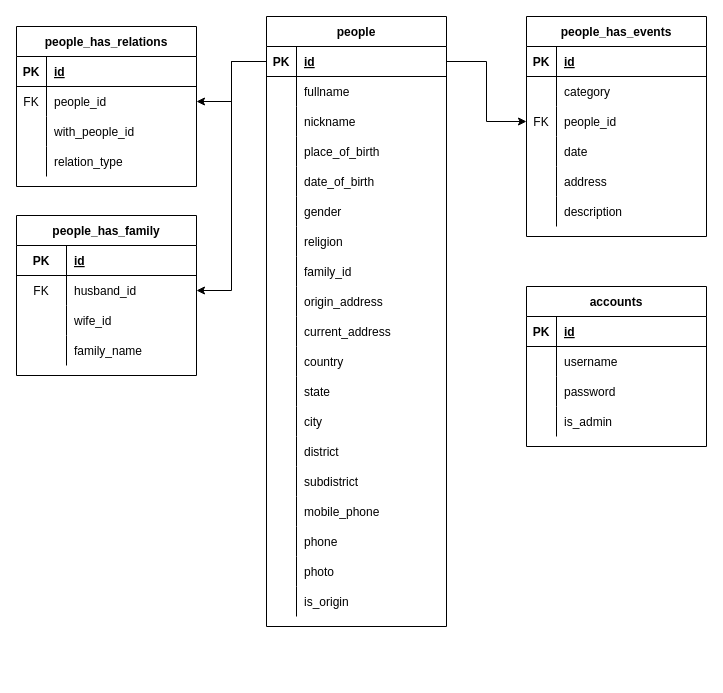
Above: doc/family-tree-tracker.drawio in ridwankustanto/family-tree-tracker (draw.io), before the change. Source tidied: cells renumbered, new cells numbered last; positions are measured from the earlier drawing's top-left corner, leaving out a move shared by most shapes. Both pictures are drawn from the tidied source at 100%, with x=0, y=0 at pixel (16, 16).
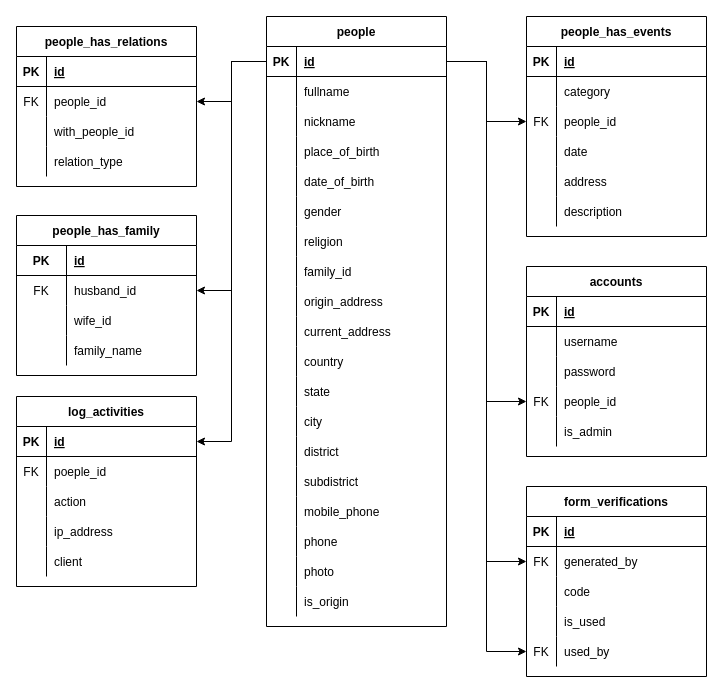
The same diagram, later.

Commit message (it also covers changes not shown here):
✅ update models and erd doc

The change refers to these unchanged cells:
```xml
<mxCell id="22" style="shape=tableRow;horizontal=0;startSize=0;swimlaneHead=0;swimlaneBody=0;fillColor=none;points=[[0,0.5],[1,0.5]];portConstraint=eastwest;top=0;left=0;right=0;bottom=1;" parent="21" vertex="1">
  <mxGeometry y="30" width="180" height="30" as="geometry" />
</mxCell>
<mxCell id="118" style="shape=tableRow;horizontal=0;startSize=0;swimlaneHead=0;swimlaneBody=0;fillColor=none;points=[[0,0.5],[1,0.5]];portConstraint=eastwest;top=0;left=0;right=0;bottom=0;" parent="108" vertex="1">
  <mxGeometry y="120" width="180" height="30" as="geometry" />
</mxCell>
```

Change to the diagram source:
```diff
@@
     <mxCell id="108" value="accounts" style="shape=table;startSize=30;childLayout=tableLayout;rowLines=0;fontStyle=1;align=center;" parent="1" vertex="1">
-      <mxGeometry x="510" y="270" width="180" height="160" as="geometry" />
+      <mxGeometry x="510" y="250" width="180" height="190" as="geometry" />
     </mxCell>
@@
-    <mxCell id="119" style="shape=partialRectangle;fillColor=none;top=0;left=0;bottom=0;right=0;overflow=hidden;" parent="118" vertex="1">
+    <mxCell id="119" value="FK" style="shape=partialRectangle;fillColor=none;top=0;left=0;bottom=0;right=0;overflow=hidden;" parent="118" vertex="1">
       <mxGeometry width="30" height="30" as="geometry" />
     </mxCell>
-    <mxCell id="120" value="is_admin" style="shape=partialRectangle;fillColor=none;top=0;left=0;bottom=0;right=0;align=left;spacingLeft=6;overflow=hidden;" parent="118" vertex="1">
+    <mxCell id="120" value="people_id" style="shape=partialRectangle;fillColor=none;top=0;left=0;bottom=0;right=0;align=left;spacingLeft=6;overflow=hidden;" parent="118" vertex="1">
       <mxGeometry x="30" width="150" height="30" as="geometry" />
     </mxCell>
+    <mxCell id="121" style="shape=tableRow;horizontal=0;startSize=0;swimlaneHead=0;swimlaneBody=0;fillColor=none;top=0;left=0;right=0;bottom=0;" parent="108" vertex="1">
+      <mxGeometry y="150" width="180" height="30" as="geometry" />
+    </mxCell>
+    <mxCell id="122" style="shape=partialRectangle;fillColor=none;top=0;left=0;bottom=0;right=0;overflow=hidden;" parent="121" vertex="1">
+      <mxGeometry width="30" height="30" as="geometry" />
+    </mxCell>
+    <mxCell id="123" value="is_admin" style="shape=partialRectangle;fillColor=none;top=0;left=0;bottom=0;right=0;align=left;spacingLeft=6;overflow=hidden;" parent="121" vertex="1">
+      <mxGeometry x="30" width="150" height="30" as="geometry" />
+    </mxCell>
+    <mxCell id="124" style="edgeStyle=orthogonalEdgeStyle;rounded=0;jettySize=auto;html=1;exitX=1;exitY=0.5;exitDx=0;exitDy=0;" parent="1" edge="1" source="22" target="118">
+      <mxGeometry relative="1" as="geometry" />
+    </mxCell>
+    <mxCell id="125" value="form_verifications" style="shape=table;startSize=30;childLayout=tableLayout;rowLines=0;fontStyle=1;align=center;" parent="1" vertex="1">
+      <mxGeometry x="510" y="470" width="180" height="190" as="geometry" />
+    </mxCell>
+    <mxCell id="126" style="shape=tableRow;horizontal=0;startSize=0;swimlaneHead=0;swimlaneBody=0;fillColor=none;top=0;left=0;right=0;bottom=1;" parent="125" vertex="1">
+      <mxGeometry y="30" width="180" height="30" as="geometry" />
+    </mxCell>
+    <mxCell id="127" value="PK" style="shape=partialRectangle;fillColor=none;top=0;left=0;bottom=0;right=0;fontStyle=1;overflow=hidden;" parent="126" vertex="1">
+      <mxGeometry width="30" height="30" as="geometry" />
+    </mxCell>
+    <mxCell id="128" value="id" style="shape=partialRectangle;fillColor=none;top=0;left=0;bottom=0;right=0;align=left;spacingLeft=6;fontStyle=5;overflow=hidden;" parent="126" vertex="1">
+      <mxGeometry x="30" width="150" height="30" as="geometry" />
+    </mxCell>
+    <mxCell id="129" style="shape=tableRow;horizontal=0;startSize=0;swimlaneHead=0;swimlaneBody=0;fillColor=none;points=[[0,0.5],[1,0.5]];portConstraint=eastwest;top=0;left=0;right=0;bottom=0;" parent="125" vertex="1">
+      <mxGeometry y="60" width="180" height="30" as="geometry" />
+    </mxCell>
+    <mxCell id="130" value="FK" style="shape=partialRectangle;fillColor=none;top=0;left=0;bottom=0;right=0;overflow=hidden;" parent="129" vertex="1">
+      <mxGeometry width="30" height="30" as="geometry" />
+    </mxCell>
+    <mxCell id="131" value="generated_by" style="shape=partialRectangle;fillColor=none;top=0;left=0;bottom=0;right=0;align=left;spacingLeft=6;overflow=hidden;" parent="129" vertex="1">
+      <mxGeometry x="30" width="150" height="30" as="geometry" />
+    </mxCell>
+    <mxCell id="132" style="shape=tableRow;horizontal=0;startSize=0;swimlaneHead=0;swimlaneBody=0;fillColor=none;top=0;left=0;right=0;bottom=0;" parent="125" vertex="1">
+      <mxGeometry y="90" width="180" height="30" as="geometry" />
+    </mxCell>
+    <mxCell id="133" style="shape=partialRectangle;fillColor=none;top=0;left=0;bottom=0;right=0;overflow=hidden;" parent="132" vertex="1">
+      <mxGeometry width="30" height="30" as="geometry" />
+    </mxCell>
+    <mxCell id="134" value="code" style="shape=partialRectangle;fillColor=none;top=0;left=0;bottom=0;right=0;align=left;spacingLeft=6;overflow=hidden;" parent="132" vertex="1">
+      <mxGeometry x="30" width="150" height="30" as="geometry" />
+    </mxCell>
+    <mxCell id="135" style="shape=tableRow;horizontal=0;startSize=0;swimlaneHead=0;swimlaneBody=0;fillColor=none;top=0;left=0;right=0;bottom=0;" parent="125" vertex="1">
+      <mxGeometry y="120" width="180" height="30" as="geometry" />
+    </mxCell>
+    <mxCell id="136" style="shape=partialRectangle;fillColor=none;top=0;left=0;bottom=0;right=0;overflow=hidden;" parent="135" vertex="1">
+      <mxGeometry width="30" height="30" as="geometry" />
+    </mxCell>
+    <mxCell id="137" value="is_used" style="shape=partialRectangle;fillColor=none;top=0;left=0;bottom=0;right=0;align=left;spacingLeft=6;overflow=hidden;" parent="135" vertex="1">
+      <mxGeometry x="30" width="150" height="30" as="geometry" />
+    </mxCell>
+    <mxCell id="138" style="shape=tableRow;horizontal=0;startSize=0;swimlaneHead=0;swimlaneBody=0;fillColor=none;points=[[0,0.5],[1,0.5]];portConstraint=eastwest;top=0;left=0;right=0;bottom=0;" parent="125" vertex="1">
+      <mxGeometry y="150" width="180" height="30" as="geometry" />
+    </mxCell>
+    <mxCell id="139" value="FK" style="shape=partialRectangle;fillColor=none;top=0;left=0;bottom=0;right=0;overflow=hidden;" parent="138" vertex="1">
+      <mxGeometry width="30" height="30" as="geometry" />
+    </mxCell>
+    <mxCell id="140" value="used_by" style="shape=partialRectangle;fillColor=none;top=0;left=0;bottom=0;right=0;align=left;spacingLeft=6;overflow=hidden;" parent="138" vertex="1">
+      <mxGeometry x="30" width="150" height="30" as="geometry" />
+    </mxCell>
+    <mxCell id="141" style="edgeStyle=orthogonalEdgeStyle;rounded=0;jettySize=auto;html=1;exitX=1;exitY=0.5;exitDx=0;exitDy=0;entryX=0;entryY=0.5;entryDx=0;entryDy=0;" parent="1" edge="1" source="22" target="129">
+      <mxGeometry relative="1" as="geometry" />
+    </mxCell>
+    <mxCell id="142" style="edgeStyle=orthogonalEdgeStyle;rounded=0;jettySize=auto;html=1;exitX=1;exitY=0.5;exitDx=0;exitDy=0;entryX=0;entryY=0.5;entryDx=0;entryDy=0;" parent="1" edge="1" source="22" target="138">
+      <mxGeometry relative="1" as="geometry" />
+    </mxCell>
+    <mxCell id="143" value="log_activities" style="shape=table;startSize=30;childLayout=tableLayout;rowLines=0;fontStyle=1;align=center;" parent="1" vertex="1">
+      <mxGeometry y="380" width="180" height="190" as="geometry" />
+    </mxCell>
+    <mxCell id="144" style="shape=tableRow;horizontal=0;startSize=0;swimlaneHead=0;swimlaneBody=0;fillColor=none;points=[[0,0.5],[1,0.5]];portConstraint=eastwest;top=0;left=0;right=0;bottom=1;" parent="143" vertex="1">
+      <mxGeometry y="30" width="180" height="30" as="geometry" />
+    </mxCell>
+    <mxCell id="145" value="PK" style="shape=partialRectangle;fillColor=none;top=0;left=0;bottom=0;right=0;fontStyle=1;overflow=hidden;" parent="144" vertex="1">
+      <mxGeometry width="30" height="30" as="geometry" />
+    </mxCell>
+    <mxCell id="146" value="id" style="shape=partialRectangle;fillColor=none;top=0;left=0;bottom=0;right=0;align=left;spacingLeft=6;fontStyle=5;overflow=hidden;" parent="144" vertex="1">
+      <mxGeometry x="30" width="150" height="30" as="geometry" />
+    </mxCell>
+    <mxCell id="147" style="shape=tableRow;horizontal=0;startSize=0;swimlaneHead=0;swimlaneBody=0;fillColor=none;top=0;left=0;right=0;bottom=0;" parent="143" vertex="1">
+      <mxGeometry y="60" width="180" height="30" as="geometry" />
+    </mxCell>
+    <mxCell id="148" value="FK" style="shape=partialRectangle;fillColor=none;top=0;left=0;bottom=0;right=0;overflow=hidden;" parent="147" vertex="1">
+      <mxGeometry width="30" height="30" as="geometry" />
+    </mxCell>
+    <mxCell id="149" value="poeple_id" style="shape=partialRectangle;fillColor=none;top=0;left=0;bottom=0;right=0;align=left;spacingLeft=6;overflow=hidden;" parent="147" vertex="1">
+      <mxGeometry x="30" width="150" height="30" as="geometry" />
+    </mxCell>
+    <mxCell id="150" style="shape=tableRow;horizontal=0;startSize=0;swimlaneHead=0;swimlaneBody=0;fillColor=none;top=0;left=0;right=0;bottom=0;" parent="143" vertex="1">
+      <mxGeometry y="90" width="180" height="30" as="geometry" />
+    </mxCell>
+    <mxCell id="151" style="shape=partialRectangle;fillColor=none;top=0;left=0;bottom=0;right=0;overflow=hidden;" parent="150" vertex="1">
+      <mxGeometry width="30" height="30" as="geometry" />
+    </mxCell>
+    <mxCell id="152" value="action" style="shape=partialRectangle;fillColor=none;top=0;left=0;bottom=0;right=0;align=left;spacingLeft=6;overflow=hidden;" parent="150" vertex="1">
+      <mxGeometry x="30" width="150" height="30" as="geometry" />
+    </mxCell>
+    <mxCell id="153" style="shape=tableRow;horizontal=0;startSize=0;swimlaneHead=0;swimlaneBody=0;fillColor=none;top=0;left=0;right=0;bottom=0;" parent="143" vertex="1">
+      <mxGeometry y="120" width="180" height="30" as="geometry" />
+    </mxCell>
+    <mxCell id="154" style="shape=partialRectangle;fillColor=none;top=0;left=0;bottom=0;right=0;overflow=hidden;" parent="153" vertex="1">
+      <mxGeometry width="30" height="30" as="geometry" />
+    </mxCell>
+    <mxCell id="155" value="ip_address" style="shape=partialRectangle;fillColor=none;top=0;left=0;bottom=0;right=0;align=left;spacingLeft=6;overflow=hidden;" parent="153" vertex="1">
+      <mxGeometry x="30" width="150" height="30" as="geometry" />
+    </mxCell>
+    <mxCell id="156" style="shape=tableRow;horizontal=0;startSize=0;swimlaneHead=0;swimlaneBody=0;fillColor=none;top=0;left=0;right=0;bottom=0;" parent="143" vertex="1">
+      <mxGeometry y="150" width="180" height="30" as="geometry" />
+    </mxCell>
+    <mxCell id="157" style="shape=partialRectangle;fillColor=none;top=0;left=0;bottom=0;right=0;overflow=hidden;" parent="156" vertex="1">
+      <mxGeometry width="30" height="30" as="geometry" />
+    </mxCell>
+    <mxCell id="158" value="client" style="shape=partialRectangle;fillColor=none;top=0;left=0;bottom=0;right=0;align=left;spacingLeft=6;overflow=hidden;" parent="156" vertex="1">
+      <mxGeometry x="30" width="150" height="30" as="geometry" />
+    </mxCell>
+    <mxCell id="159" style="edgeStyle=orthogonalEdgeStyle;rounded=0;jettySize=auto;html=1;exitX=0;exitY=0.5;exitDx=0;exitDy=0;entryX=1;entryY=0.5;entryDx=0;entryDy=0;" parent="1" edge="1" source="22" target="144">
+      <mxGeometry relative="1" as="geometry" />
+    </mxCell>
```
